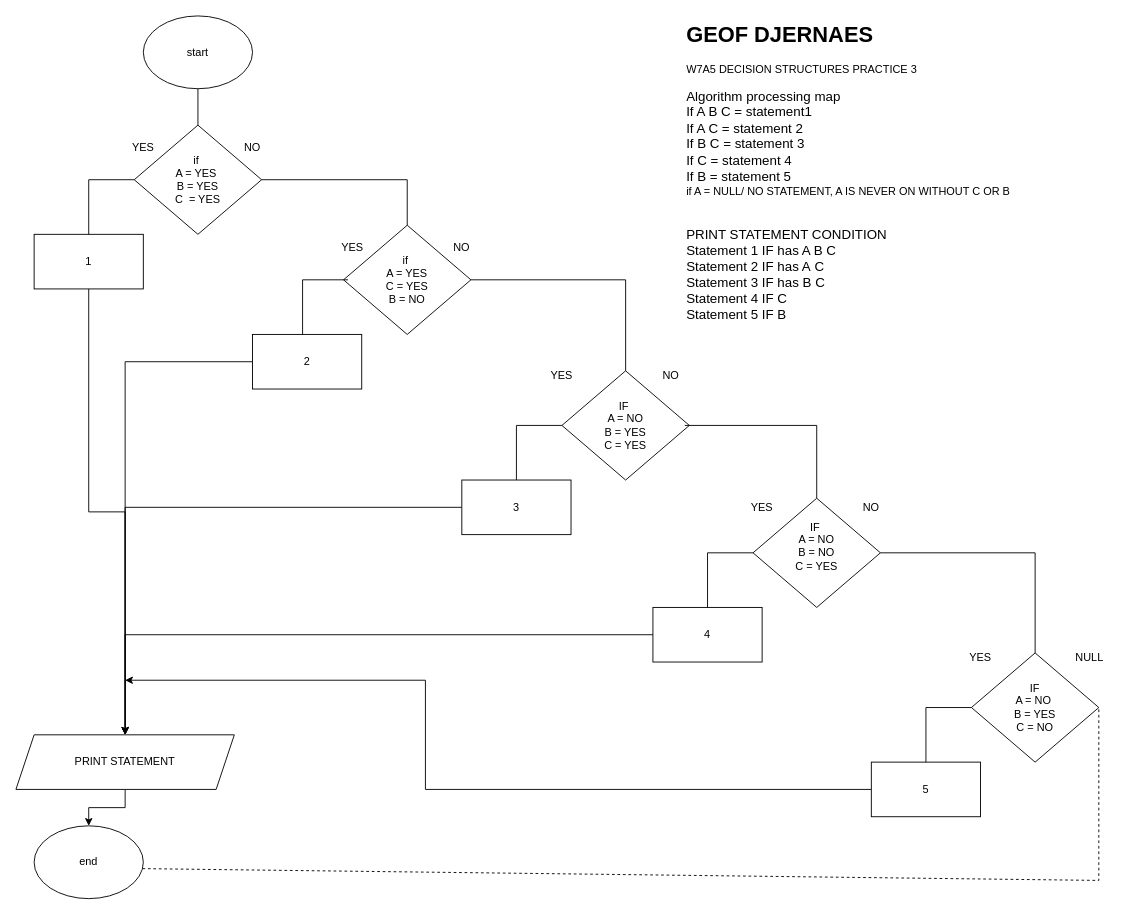
The draw.io diagram 7-5.drawio in Transtirlant/student---csv11, before the edit. Source tidied: cells renumbered, new cells numbered last; positions are measured from the earlier drawing's top-left corner, leaving out a move shared by most shapes. Both pictures are drawn from the tidied source at 91%, with x=0, y=0 at pixel (15, 15).
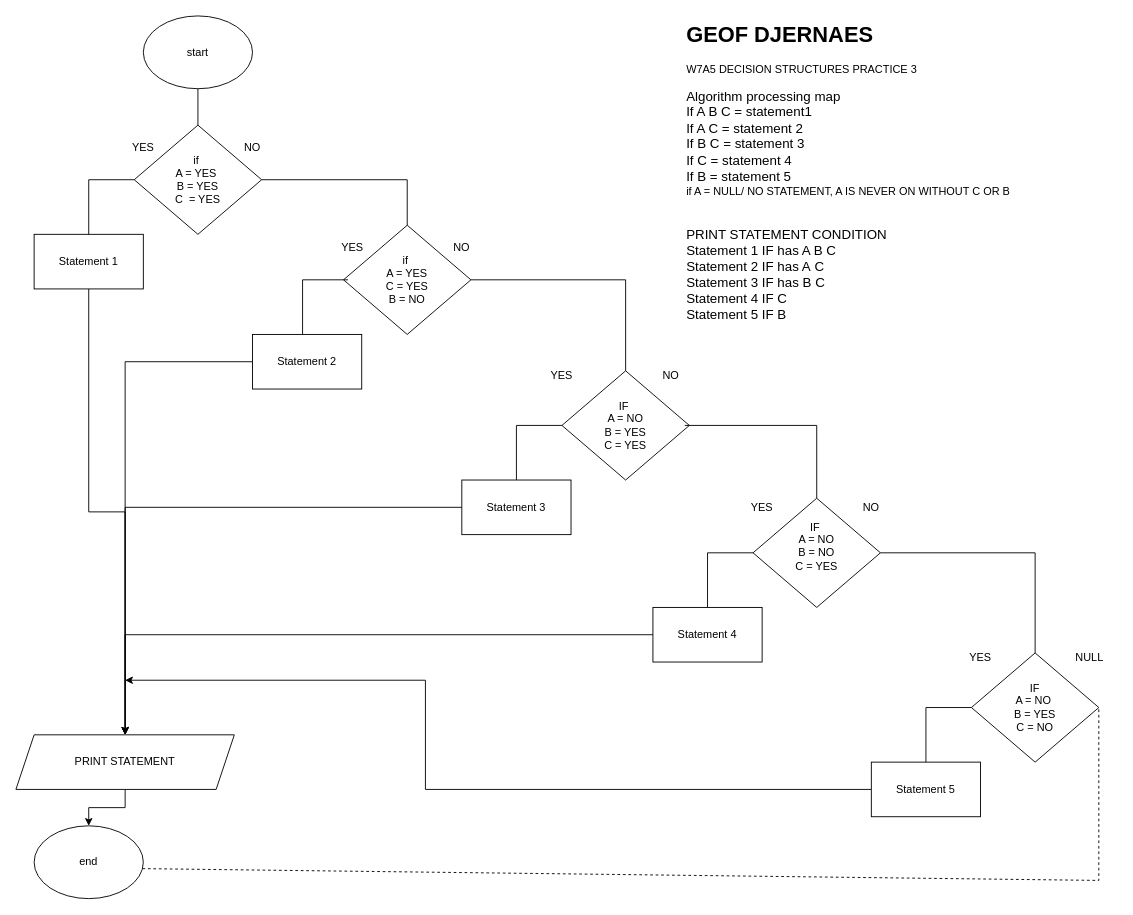
The same page after the edit.

What changed in the source:
```diff
@@
-    <mxCell id="5" value="4" style="rounded=0;whiteSpace=wrap;html=1;" parent="1" vertex="1">
+    <mxCell id="5" value="Statement 4" style="rounded=0;whiteSpace=wrap;html=1;" parent="1" vertex="1">
       <mxGeometry x="700" y="650" width="120" height="60" as="geometry" />
     </mxCell>
@@
-    <mxCell id="7" value="3" style="rounded=0;whiteSpace=wrap;html=1;" parent="1" vertex="1">
+    <mxCell id="7" value="Statement 3" style="rounded=0;whiteSpace=wrap;html=1;" parent="1" vertex="1">
       <mxGeometry x="490" y="510" width="120" height="60" as="geometry" />
     </mxCell>
@@
-    <mxCell id="9" value="2" style="rounded=0;whiteSpace=wrap;html=1;" parent="1" vertex="1">
+    <mxCell id="9" value="Statement 2" style="rounded=0;whiteSpace=wrap;html=1;" parent="1" vertex="1">
       <mxGeometry x="260" y="350" width="120" height="60" as="geometry" />
     </mxCell>
@@
-    <mxCell id="11" value="1" style="rounded=0;whiteSpace=wrap;html=1;" parent="1" vertex="1">
+    <mxCell id="11" value="Statement 1" style="rounded=0;whiteSpace=wrap;html=1;" parent="1" vertex="1">
       <mxGeometry x="20" y="240" width="120" height="60" as="geometry" />
     </mxCell>
@@
-    <mxCell id="13" value="5" style="rounded=0;whiteSpace=wrap;html=1;" parent="1" vertex="1">
+    <mxCell id="13" value="Statement 5" style="rounded=0;whiteSpace=wrap;html=1;" parent="1" vertex="1">
       <mxGeometry x="940" y="820" width="120" height="60" as="geometry" />
     </mxCell>
```
